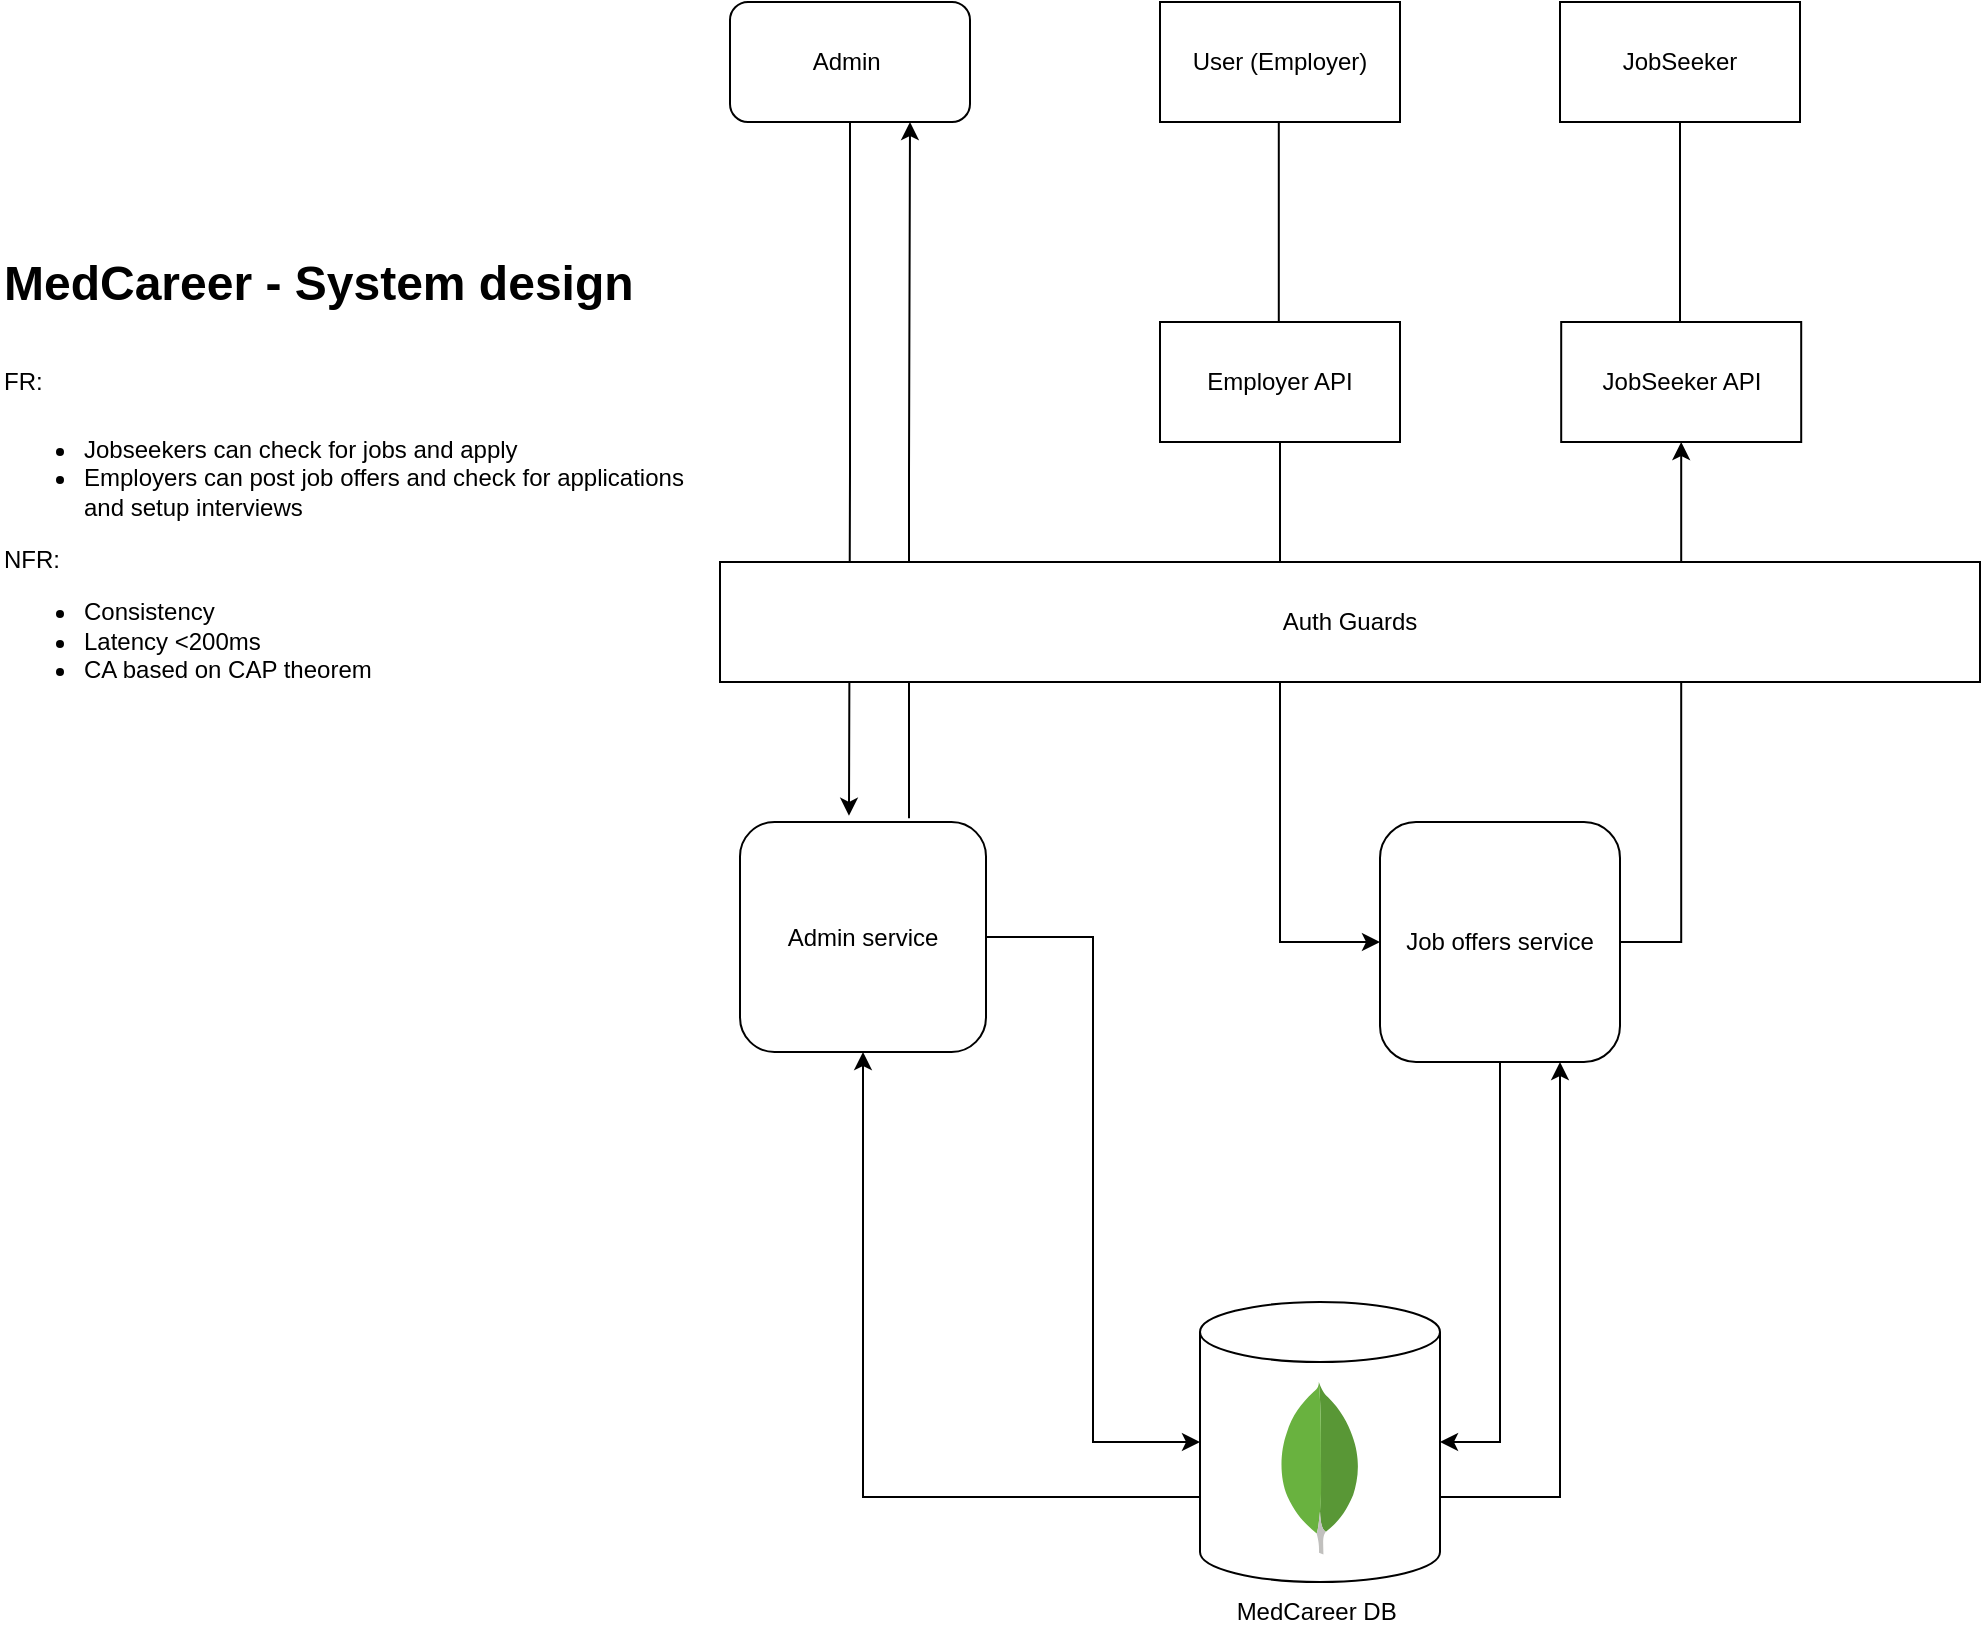
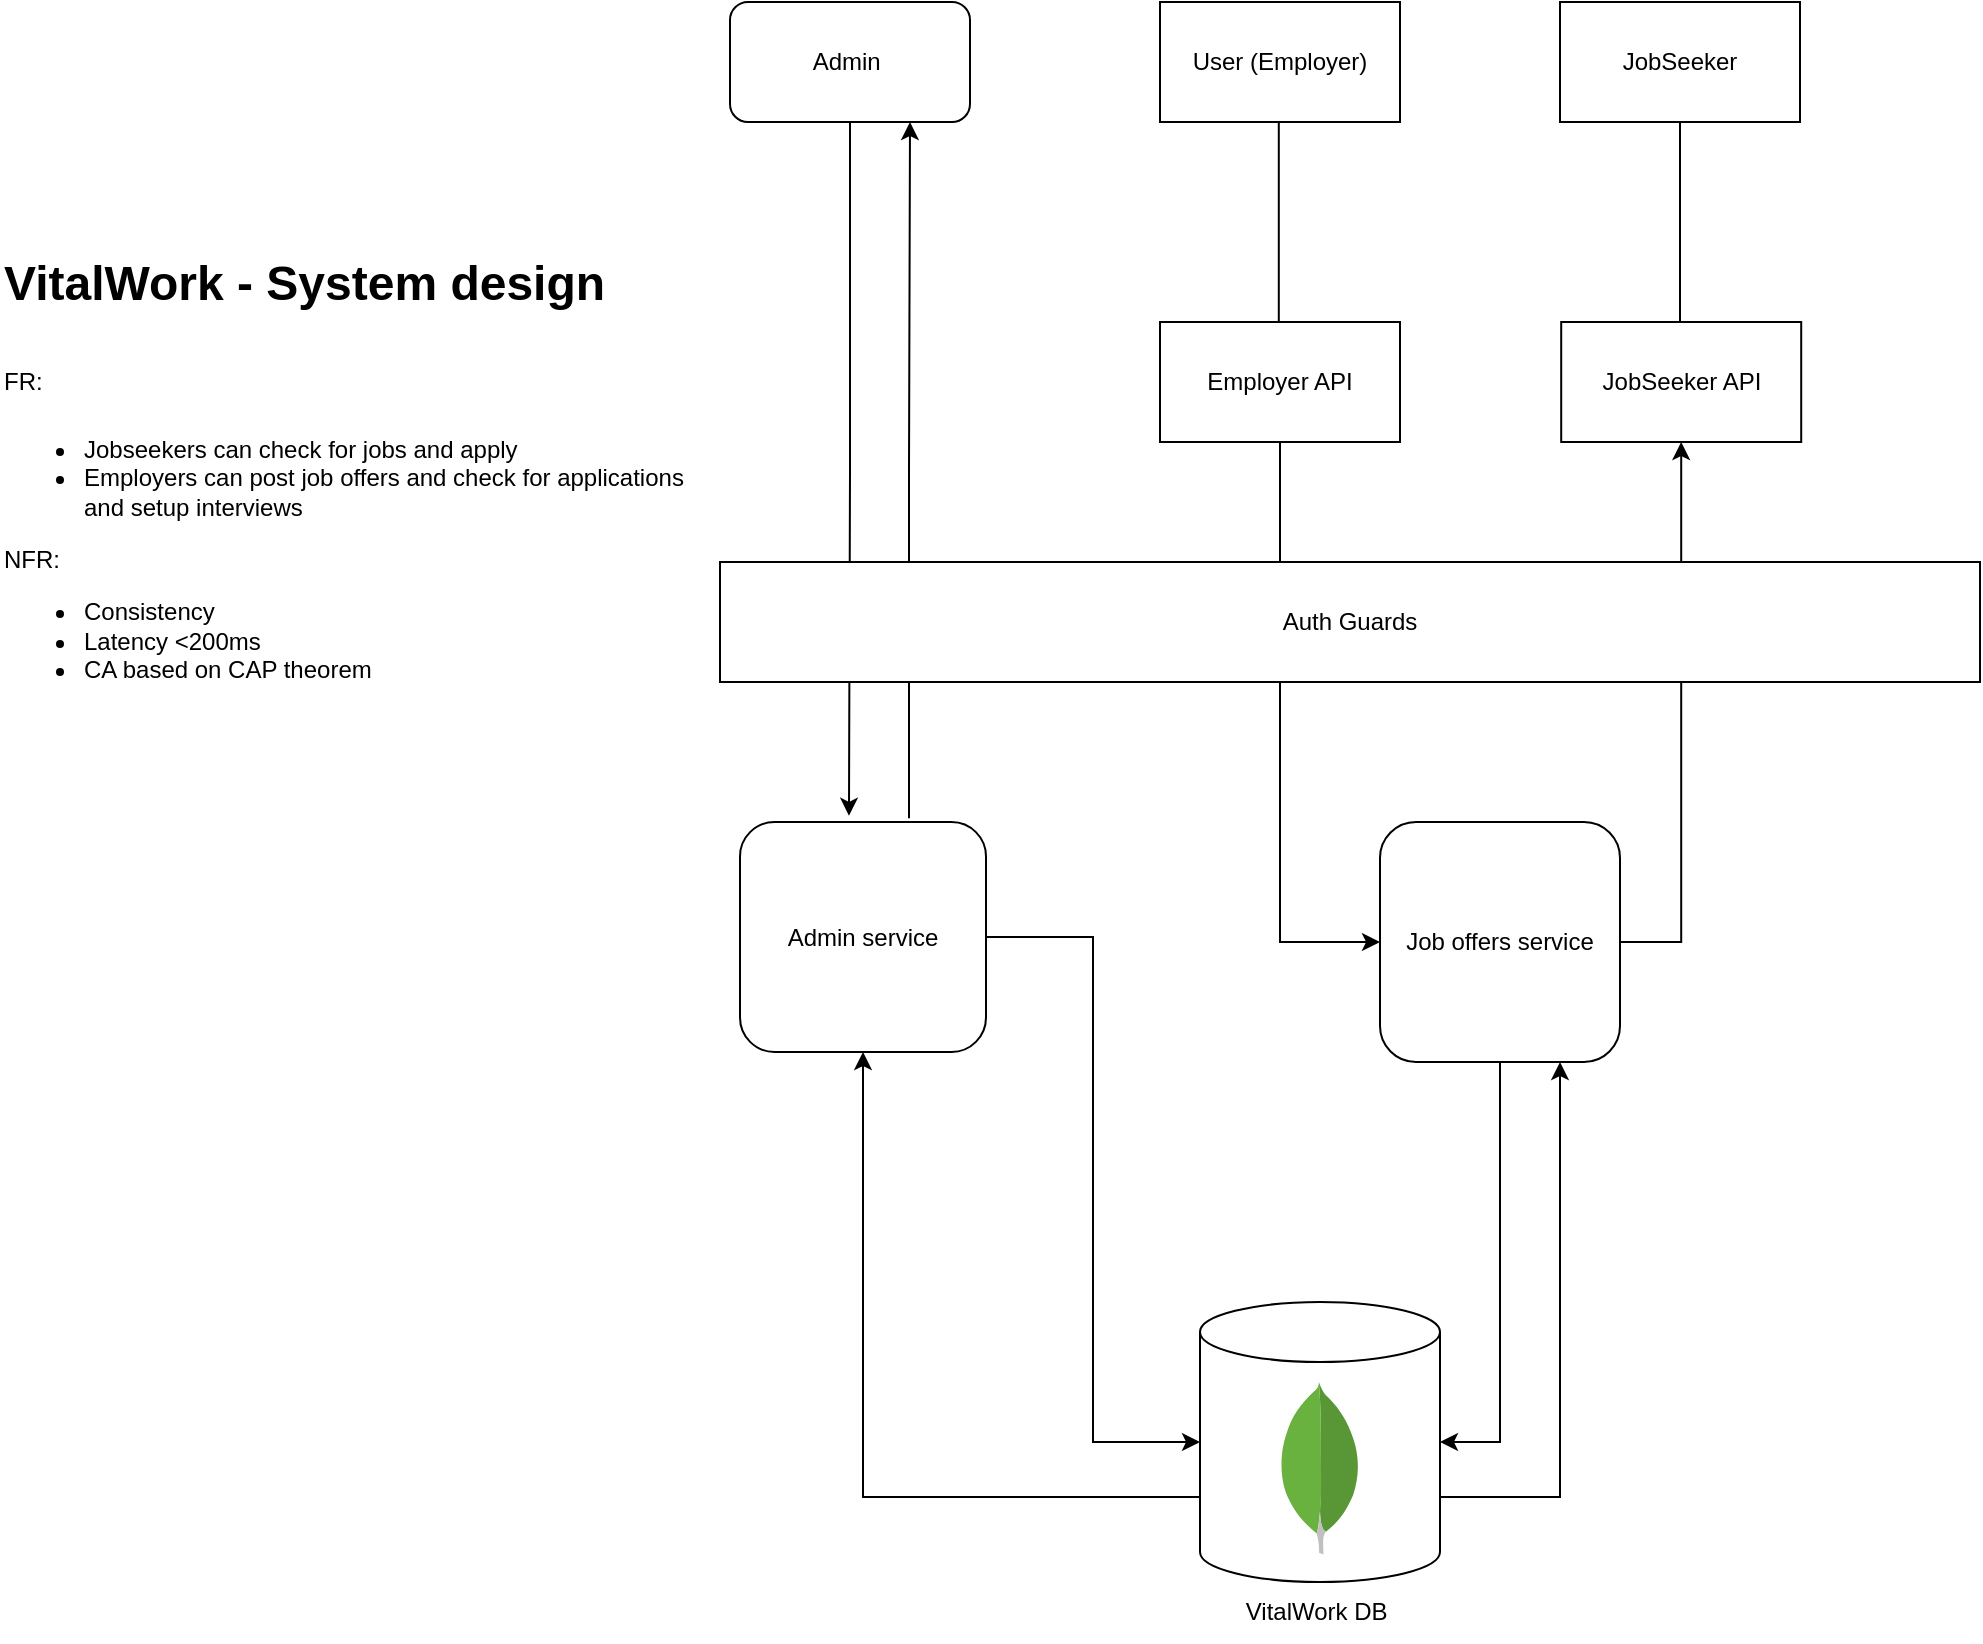
<mxfile host="Electron" agent="Mozilla/5.0 (Macintosh; Intel Mac OS X 10_15_7) AppleWebKit/537.36 (KHTML, like Gecko) draw.io/28.2.5 Chrome/138.0.7204.251 Electron/37.6.1 Safari/537.36" version="28.2.5">
  <diagram name="Page-1" id="kvrViiojw_-seO6EPsNk">
    <mxGraphModel dx="1183" dy="915" grid="1" gridSize="10" guides="1" tooltips="1" connect="1" arrows="1" fold="1" page="1" pageScale="1" pageWidth="827" pageHeight="1169" math="0" shadow="0">
      <root>
        <mxCell id="0" />
        <mxCell id="1" parent="0" />
        <mxCell id="i8PYK3l4HcRmwtFUBWsi-16" style="edgeStyle=orthogonalEdgeStyle;rounded=0;orthogonalLoop=1;jettySize=auto;html=1;exitX=0.5;exitY=1;exitDx=0;exitDy=0;" edge="1" parent="1" source="i8PYK3l4HcRmwtFUBWsi-2">
          <mxGeometry relative="1" as="geometry">
            <mxPoint x="870" y="300" as="targetPoint" />
          </mxGeometry>
        </mxCell>
        <mxCell id="i8PYK3l4HcRmwtFUBWsi-2" value="JobSeeker" style="rounded=0;whiteSpace=wrap;html=1;" vertex="1" parent="1">
          <mxGeometry x="810" y="90" width="120" height="60" as="geometry" />
        </mxCell>
        <mxCell id="i8PYK3l4HcRmwtFUBWsi-3" value="User (Employer)" style="rounded=0;whiteSpace=wrap;html=1;" vertex="1" parent="1">
          <mxGeometry x="610" y="90" width="120" height="60" as="geometry" />
        </mxCell>
-         <mxCell id="i8PYK3l4HcRmwtFUBWsi-4" value="&lt;h1 style=&quot;margin-top: 0px;&quot;&gt;&lt;span style=&quot;background-color: transparent; color: light-dark(rgb(0, 0, 0), rgb(255, 255, 255));&quot;&gt;MedCareer - System design&lt;/span&gt;&lt;/h1&gt;&lt;h1 style=&quot;margin-top: 0px;&quot;&gt;&lt;span style=&quot;background-color: transparent; color: light-dark(rgb(0, 0, 0), rgb(255, 255, 255)); font-size: 12px; font-weight: normal;&quot;&gt;FR:&amp;nbsp;&lt;/span&gt;&lt;/h1&gt;&lt;div&gt;&lt;span style=&quot;background-color: transparent; color: light-dark(rgb(0, 0, 0), rgb(255, 255, 255));&quot;&gt;&lt;ul&gt;&lt;li&gt;Jobseekers can check for jobs and apply&amp;nbsp;&lt;/li&gt;&lt;li&gt;Employers can post job offers and check for applications and setup interviews&lt;/li&gt;&lt;/ul&gt;&lt;div&gt;NFR:&lt;/div&gt;&lt;div&gt;&lt;ul&gt;&lt;li&gt;Consistency&amp;nbsp;&lt;/li&gt;&lt;li&gt;Latency &amp;lt;200ms&lt;/li&gt;&lt;li&gt;CA based on CAP theorem&lt;/li&gt;&lt;/ul&gt;&lt;/div&gt;&lt;/span&gt;&lt;/div&gt;" style="text;html=1;whiteSpace=wrap;overflow=hidden;rounded=0;" vertex="1" parent="1">
+         <mxCell id="i8PYK3l4HcRmwtFUBWsi-4" value="&lt;h1 style=&quot;margin-top: 0px;&quot;&gt;&lt;span style=&quot;background-color: transparent; color: light-dark(rgb(0, 0, 0), rgb(255, 255, 255));&quot;&gt;VitalWork - System design&lt;/span&gt;&lt;/h1&gt;&lt;h1 style=&quot;margin-top: 0px;&quot;&gt;&lt;span style=&quot;background-color: transparent; color: light-dark(rgb(0, 0, 0), rgb(255, 255, 255)); font-size: 12px; font-weight: normal;&quot;&gt;FR:&amp;nbsp;&lt;/span&gt;&lt;/h1&gt;&lt;div&gt;&lt;span style=&quot;background-color: transparent; color: light-dark(rgb(0, 0, 0), rgb(255, 255, 255));&quot;&gt;&lt;ul&gt;&lt;li&gt;Jobseekers can check for jobs and apply&amp;nbsp;&lt;/li&gt;&lt;li&gt;Employers can post job offers and check for applications and setup interviews&lt;/li&gt;&lt;/ul&gt;&lt;div&gt;NFR:&lt;/div&gt;&lt;div&gt;&lt;ul&gt;&lt;li&gt;Consistency&amp;nbsp;&lt;/li&gt;&lt;li&gt;Latency &amp;lt;200ms&lt;/li&gt;&lt;li&gt;CA based on CAP theorem&lt;/li&gt;&lt;/ul&gt;&lt;/div&gt;&lt;/span&gt;&lt;/div&gt;" style="text;html=1;whiteSpace=wrap;overflow=hidden;rounded=0;" vertex="1" parent="1">
          <mxGeometry x="30" y="210" width="350" height="240" as="geometry" />
        </mxCell>
        <mxCell id="i8PYK3l4HcRmwtFUBWsi-22" style="edgeStyle=orthogonalEdgeStyle;rounded=0;orthogonalLoop=1;jettySize=auto;html=1;entryX=0.5;entryY=1;entryDx=0;entryDy=0;exitX=1;exitY=0.5;exitDx=0;exitDy=0;" edge="1" parent="1" source="i8PYK3l4HcRmwtFUBWsi-24" target="i8PYK3l4HcRmwtFUBWsi-17">
          <mxGeometry relative="1" as="geometry">
            <mxPoint x="760" y="510" as="sourcePoint" />
            <Array as="points">
              <mxPoint x="871" y="560" />
            </Array>
          </mxGeometry>
        </mxCell>
        <mxCell id="i8PYK3l4HcRmwtFUBWsi-17" value="JobSeeker API" style="rounded=0;whiteSpace=wrap;html=1;" vertex="1" parent="1">
          <mxGeometry x="810.6" y="250" width="120" height="60" as="geometry" />
        </mxCell>
        <mxCell id="i8PYK3l4HcRmwtFUBWsi-18" style="edgeStyle=orthogonalEdgeStyle;rounded=0;orthogonalLoop=1;jettySize=auto;html=1;exitX=0.5;exitY=1;exitDx=0;exitDy=0;" edge="1" parent="1">
          <mxGeometry relative="1" as="geometry">
            <mxPoint x="669.4" y="300" as="targetPoint" />
            <mxPoint x="669.4" y="150" as="sourcePoint" />
          </mxGeometry>
        </mxCell>
        <mxCell id="i8PYK3l4HcRmwtFUBWsi-26" style="edgeStyle=orthogonalEdgeStyle;rounded=0;orthogonalLoop=1;jettySize=auto;html=1;exitX=0.5;exitY=1;exitDx=0;exitDy=0;entryX=0;entryY=0.5;entryDx=0;entryDy=0;" edge="1" parent="1" source="i8PYK3l4HcRmwtFUBWsi-19" target="i8PYK3l4HcRmwtFUBWsi-24">
          <mxGeometry relative="1" as="geometry" />
        </mxCell>
        <mxCell id="i8PYK3l4HcRmwtFUBWsi-19" value="Employer API" style="rounded=0;whiteSpace=wrap;html=1;" vertex="1" parent="1">
          <mxGeometry x="610" y="250" width="120" height="60" as="geometry" />
        </mxCell>
        <mxCell id="i8PYK3l4HcRmwtFUBWsi-24" value="Job offers service" style="rounded=1;whiteSpace=wrap;html=1;" vertex="1" parent="1">
          <mxGeometry x="720" y="500" width="120" height="120" as="geometry" />
        </mxCell>
        <mxCell id="i8PYK3l4HcRmwtFUBWsi-29" value="Admin&amp;nbsp;" style="rounded=1;whiteSpace=wrap;html=1;" vertex="1" parent="1">
          <mxGeometry x="395" y="90" width="120" height="60" as="geometry" />
        </mxCell>
        <mxCell id="i8PYK3l4HcRmwtFUBWsi-31" value="" style="group" vertex="1" connectable="0" parent="1">
          <mxGeometry x="630" y="740" width="120" height="170" as="geometry" />
        </mxCell>
        <mxCell id="i8PYK3l4HcRmwtFUBWsi-1" value="" style="shape=cylinder3;whiteSpace=wrap;html=1;boundedLbl=1;backgroundOutline=1;size=15;" vertex="1" parent="i8PYK3l4HcRmwtFUBWsi-31">
          <mxGeometry width="120" height="140" as="geometry" />
        </mxCell>
        <mxCell id="i8PYK3l4HcRmwtFUBWsi-30" value="" style="group" vertex="1" connectable="0" parent="i8PYK3l4HcRmwtFUBWsi-31">
          <mxGeometry y="40" width="120" height="130" as="geometry" />
        </mxCell>
-         <mxCell id="i8PYK3l4HcRmwtFUBWsi-10" value="MedCareer DB&amp;nbsp;" style="text;html=1;align=center;verticalAlign=middle;whiteSpace=wrap;rounded=0;" vertex="1" parent="i8PYK3l4HcRmwtFUBWsi-30">
+         <mxCell id="i8PYK3l4HcRmwtFUBWsi-10" value="VitalWork DB&amp;nbsp;" style="text;html=1;align=center;verticalAlign=middle;whiteSpace=wrap;rounded=0;" vertex="1" parent="i8PYK3l4HcRmwtFUBWsi-30">
          <mxGeometry y="100" width="120" height="30" as="geometry" />
        </mxCell>
        <mxCell id="i8PYK3l4HcRmwtFUBWsi-12" value="" style="dashed=0;outlineConnect=0;html=1;align=center;labelPosition=center;verticalLabelPosition=bottom;verticalAlign=top;shape=mxgraph.weblogos.mongodb" vertex="1" parent="i8PYK3l4HcRmwtFUBWsi-30">
          <mxGeometry x="39.39999999999998" width="41.2" height="86.2" as="geometry" />
        </mxCell>
        <mxCell id="i8PYK3l4HcRmwtFUBWsi-37" style="edgeStyle=orthogonalEdgeStyle;rounded=0;orthogonalLoop=1;jettySize=auto;html=1;entryX=0.75;entryY=1;entryDx=0;entryDy=0;exitX=0.687;exitY=-0.016;exitDx=0;exitDy=0;exitPerimeter=0;" edge="1" parent="1" source="i8PYK3l4HcRmwtFUBWsi-34" target="i8PYK3l4HcRmwtFUBWsi-29">
          <mxGeometry relative="1" as="geometry" />
        </mxCell>
        <mxCell id="i8PYK3l4HcRmwtFUBWsi-34" value="Admin service" style="rounded=1;whiteSpace=wrap;html=1;" vertex="1" parent="1">
          <mxGeometry x="400" y="500" width="123" height="115" as="geometry" />
        </mxCell>
        <mxCell id="i8PYK3l4HcRmwtFUBWsi-36" style="edgeStyle=orthogonalEdgeStyle;rounded=0;orthogonalLoop=1;jettySize=auto;html=1;exitX=0.5;exitY=1;exitDx=0;exitDy=0;entryX=0.443;entryY=-0.027;entryDx=0;entryDy=0;entryPerimeter=0;" edge="1" parent="1" source="i8PYK3l4HcRmwtFUBWsi-29" target="i8PYK3l4HcRmwtFUBWsi-34">
          <mxGeometry relative="1" as="geometry" />
        </mxCell>
        <mxCell id="i8PYK3l4HcRmwtFUBWsi-39" style="edgeStyle=orthogonalEdgeStyle;rounded=0;orthogonalLoop=1;jettySize=auto;html=1;entryX=0;entryY=0.5;entryDx=0;entryDy=0;entryPerimeter=0;" edge="1" parent="1" source="i8PYK3l4HcRmwtFUBWsi-34" target="i8PYK3l4HcRmwtFUBWsi-1">
          <mxGeometry relative="1" as="geometry" />
        </mxCell>
        <mxCell id="i8PYK3l4HcRmwtFUBWsi-40" style="edgeStyle=orthogonalEdgeStyle;rounded=0;orthogonalLoop=1;jettySize=auto;html=1;exitX=0;exitY=0;exitDx=0;exitDy=97.5;exitPerimeter=0;entryX=0.5;entryY=1;entryDx=0;entryDy=0;" edge="1" parent="1" source="i8PYK3l4HcRmwtFUBWsi-1" target="i8PYK3l4HcRmwtFUBWsi-34">
          <mxGeometry relative="1" as="geometry" />
        </mxCell>
        <mxCell id="i8PYK3l4HcRmwtFUBWsi-41" style="edgeStyle=orthogonalEdgeStyle;rounded=0;orthogonalLoop=1;jettySize=auto;html=1;exitX=0.5;exitY=1;exitDx=0;exitDy=0;entryX=1;entryY=0.5;entryDx=0;entryDy=0;entryPerimeter=0;" edge="1" parent="1" source="i8PYK3l4HcRmwtFUBWsi-24" target="i8PYK3l4HcRmwtFUBWsi-1">
          <mxGeometry relative="1" as="geometry" />
        </mxCell>
        <mxCell id="i8PYK3l4HcRmwtFUBWsi-42" style="edgeStyle=orthogonalEdgeStyle;rounded=0;orthogonalLoop=1;jettySize=auto;html=1;exitX=1;exitY=0;exitDx=0;exitDy=97.5;exitPerimeter=0;entryX=0.75;entryY=1;entryDx=0;entryDy=0;" edge="1" parent="1" source="i8PYK3l4HcRmwtFUBWsi-1" target="i8PYK3l4HcRmwtFUBWsi-24">
          <mxGeometry relative="1" as="geometry" />
        </mxCell>
        <mxCell id="i8PYK3l4HcRmwtFUBWsi-44" value="Auth Guards" style="rounded=0;whiteSpace=wrap;html=1;" vertex="1" parent="1">
          <mxGeometry x="390" y="370" width="630" height="60" as="geometry" />
        </mxCell>
      </root>
    </mxGraphModel>
  </diagram>
</mxfile>
